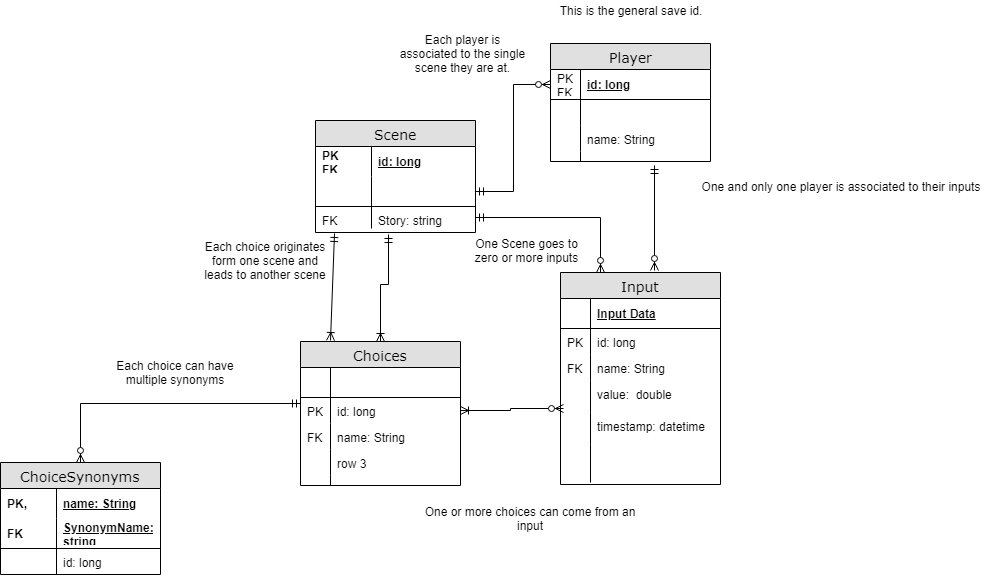
balexander16/PictureQuest keeps this draw.io diagram as docs/EntityModel.png. Above is the earlier version. Source tidied: cells renumbered, new cells last; positions are measured from the earlier drawing's top-left corner, leaving out a move shared by most shapes.
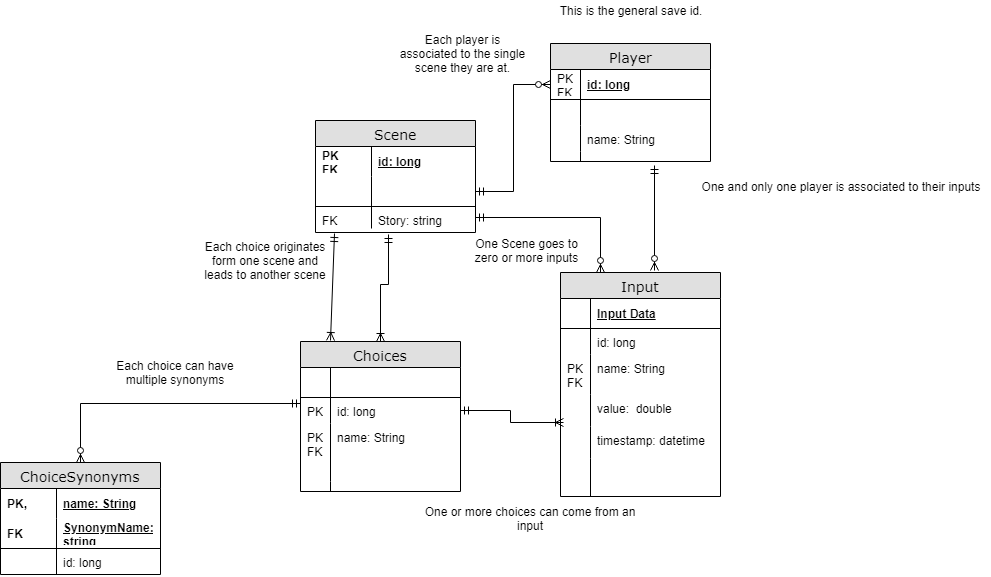
Above is the later version.

Diff of the diagram source:
```diff
@@ -51,7 +51,7 @@
       <mxGeometry width="30" height="10" as="geometry" />
     </mxCell>
     <mxCell id="18" value="Input" style="swimlane;html=1;fontStyle=0;horizontal=1;startSize=26;fillColor=#e0e0e0;swimlaneFillColor=#ffffff;align=center;rounded=0;shadow=0;comic=0;labelBackgroundColor=none;strokeColor=#000000;strokeWidth=1;fontFamily=Verdana;fontSize=14;fontColor=#000000;" parent="1" vertex="1">
-      <mxGeometry x="560" y="272" width="160" height="212" as="geometry" />
+      <mxGeometry x="560" y="272" width="160" height="224" as="geometry" />
     </mxCell>
     <mxCell id="19" value="Input Data" style="shape=partialRectangle;top=0;left=0;right=0;bottom=1;html=1;align=left;verticalAlign=middle;fillColor=none;spacingLeft=34;spacingRight=4;whiteSpace=wrap;overflow=hidden;fontStyle=5;" parent="18" vertex="1">
       <mxGeometry y="26" width="160" height="30" as="geometry" />
@@ -62,29 +62,29 @@
     <mxCell id="21" value="id: long" style="shape=partialRectangle;top=0;left=0;right=0;bottom=0;html=1;align=left;verticalAlign=top;fillColor=none;spacingLeft=34;spacingRight=4;whiteSpace=wrap;overflow=hidden;" parent="18" vertex="1">
       <mxGeometry y="56" width="160" height="26" as="geometry" />
     </mxCell>
-    <mxCell id="22" value="PK" style="shape=partialRectangle;top=0;left=0;bottom=0;html=1;fillColor=none;align=left;verticalAlign=top;spacingLeft=4;spacingRight=4;whiteSpace=wrap;overflow=hidden;" parent="21" vertex="1">
+    <mxCell id="22" style="shape=partialRectangle;top=0;left=0;bottom=0;html=1;fillColor=none;align=left;verticalAlign=top;spacingLeft=4;spacingRight=4;whiteSpace=wrap;overflow=hidden;" parent="21" vertex="1">
       <mxGeometry width="30" height="26" as="geometry" />
     </mxCell>
     <mxCell id="23" value="name: String" style="shape=partialRectangle;top=0;left=0;right=0;bottom=0;html=1;align=left;verticalAlign=top;fillColor=none;spacingLeft=34;spacingRight=4;whiteSpace=wrap;overflow=hidden;" parent="18" vertex="1">
-      <mxGeometry y="82" width="160" height="26" as="geometry" />
+      <mxGeometry y="82" width="160" height="40" as="geometry" />
     </mxCell>
-    <mxCell id="24" value="FK" style="shape=partialRectangle;top=0;left=0;bottom=0;html=1;fillColor=none;align=left;verticalAlign=top;spacingLeft=4;spacingRight=4;whiteSpace=wrap;overflow=hidden;" parent="23" vertex="1">
-      <mxGeometry width="30" height="26" as="geometry" />
+    <mxCell id="24" value="PK&lt;br&gt;FK&lt;br&gt;" style="shape=partialRectangle;top=0;left=0;bottom=0;html=1;fillColor=none;align=left;verticalAlign=top;spacingLeft=4;spacingRight=4;whiteSpace=wrap;overflow=hidden;" parent="23" vertex="1">
+      <mxGeometry width="30" height="40" as="geometry" />
     </mxCell>
     <mxCell id="25" value="value:&amp;nbsp; double" style="shape=partialRectangle;top=0;left=0;right=0;bottom=0;html=1;align=left;verticalAlign=top;fillColor=none;spacingLeft=34;spacingRight=4;whiteSpace=wrap;overflow=hidden;" parent="18" vertex="1">
-      <mxGeometry y="108" width="160" height="32" as="geometry" />
+      <mxGeometry y="122" width="160" height="32" as="geometry" />
     </mxCell>
     <mxCell id="26" style="shape=partialRectangle;top=0;left=0;bottom=0;html=1;fillColor=none;align=left;verticalAlign=top;spacingLeft=4;spacingRight=4;whiteSpace=wrap;overflow=hidden;" parent="25" vertex="1">
       <mxGeometry width="30" height="32" as="geometry" />
     </mxCell>
     <mxCell id="27" value="timestamp: datetime" style="shape=partialRectangle;top=0;left=0;right=0;bottom=0;html=1;align=left;verticalAlign=top;fillColor=none;spacingLeft=34;spacingRight=4;whiteSpace=wrap;overflow=hidden;points=[[0,0.5],[1,0.5]];portConstraint=eastwest;" parent="18" vertex="1">
-      <mxGeometry y="140" width="160" height="32" as="geometry" />
+      <mxGeometry y="154" width="160" height="32" as="geometry" />
     </mxCell>
     <mxCell id="28" style="shape=partialRectangle;top=0;left=0;bottom=0;html=1;fillColor=none;align=left;verticalAlign=top;spacingLeft=4;spacingRight=4;whiteSpace=wrap;overflow=hidden;" parent="27" vertex="1">
       <mxGeometry width="30" height="32" as="geometry" />
     </mxCell>
     <mxCell id="29" style="shape=partialRectangle;top=0;left=0;right=0;bottom=0;html=1;align=left;verticalAlign=top;fillColor=none;spacingLeft=34;spacingRight=4;whiteSpace=wrap;overflow=hidden;" parent="18" vertex="1">
-      <mxGeometry y="172" width="160" height="38" as="geometry" />
+      <mxGeometry y="186" width="160" height="38" as="geometry" />
     </mxCell>
     <mxCell id="30" style="shape=partialRectangle;top=0;left=0;bottom=0;html=1;fillColor=none;align=left;verticalAlign=top;spacingLeft=4;spacingRight=4;whiteSpace=wrap;overflow=hidden;" parent="29" vertex="1">
       <mxGeometry width="30" height="38" as="geometry" />
@@ -122,7 +122,7 @@
       </mxGeometry>
     </mxCell>
     <mxCell id="40" value="Choices" style="swimlane;html=1;fontStyle=0;horizontal=1;startSize=26;fillColor=#e0e0e0;swimlaneFillColor=#ffffff;align=center;rounded=0;shadow=0;comic=0;labelBackgroundColor=none;strokeColor=#000000;strokeWidth=1;fontFamily=Verdana;fontSize=14;fontColor=#000000;" parent="1" vertex="1">
-      <mxGeometry x="300" y="341" width="160" height="144" as="geometry" />
+      <mxGeometry x="300" y="341" width="160" height="150" as="geometry" />
     </mxCell>
     <mxCell id="41" style="shape=partialRectangle;top=0;left=0;right=0;bottom=1;html=1;align=left;verticalAlign=middle;fillColor=none;spacingLeft=34;spacingRight=4;whiteSpace=wrap;overflow=hidden;fontStyle=5;" parent="40" vertex="1">
       <mxGeometry y="26" width="160" height="30" as="geometry" />
@@ -137,19 +137,13 @@
       <mxGeometry width="30" height="26" as="geometry" />
     </mxCell>
     <mxCell id="45" value="name: String" style="shape=partialRectangle;top=0;left=0;right=0;bottom=0;html=1;align=left;verticalAlign=top;fillColor=none;spacingLeft=34;spacingRight=4;whiteSpace=wrap;overflow=hidden;" parent="40" vertex="1">
-      <mxGeometry y="82" width="160" height="26" as="geometry" />
+      <mxGeometry y="82" width="160" height="58" as="geometry" />
     </mxCell>
-    <mxCell id="46" value="FK" style="shape=partialRectangle;top=0;left=0;bottom=0;html=1;fillColor=none;align=left;verticalAlign=top;spacingLeft=4;spacingRight=4;whiteSpace=wrap;overflow=hidden;" parent="45" vertex="1">
-      <mxGeometry width="30" height="26" as="geometry" />
+    <mxCell id="46" value="PK&lt;br&gt;FK&lt;br&gt;" style="shape=partialRectangle;top=0;left=0;bottom=0;html=1;fillColor=none;align=left;verticalAlign=top;spacingLeft=4;spacingRight=4;whiteSpace=wrap;overflow=hidden;" parent="45" vertex="1">
+      <mxGeometry width="30" height="58" as="geometry" />
     </mxCell>
-    <mxCell id="47" value="row 3" style="shape=partialRectangle;top=0;left=0;right=0;bottom=0;html=1;align=left;verticalAlign=top;fillColor=none;spacingLeft=34;spacingRight=4;whiteSpace=wrap;overflow=hidden;" parent="40" vertex="1">
-      <mxGeometry y="108" width="160" height="26" as="geometry" />
-    </mxCell>
-    <mxCell id="48" style="shape=partialRectangle;top=0;left=0;bottom=0;html=1;fillColor=none;align=left;verticalAlign=top;spacingLeft=4;spacingRight=4;whiteSpace=wrap;overflow=hidden;" parent="47" vertex="1">
-      <mxGeometry width="30" height="26" as="geometry" />
-    </mxCell>
     <mxCell id="49" style="shape=partialRectangle;top=0;left=0;right=0;bottom=0;html=1;align=left;verticalAlign=top;fillColor=none;spacingLeft=34;spacingRight=4;whiteSpace=wrap;overflow=hidden;" parent="40" vertex="1">
-      <mxGeometry y="134" width="160" height="10" as="geometry" />
+      <mxGeometry y="140" width="160" height="10" as="geometry" />
     </mxCell>
     <mxCell id="50" style="shape=partialRectangle;top=0;left=0;bottom=0;html=1;fillColor=none;align=left;verticalAlign=top;spacingLeft=4;spacingRight=4;whiteSpace=wrap;overflow=hidden;" parent="49" vertex="1">
       <mxGeometry width="30" height="10" as="geometry" />
@@ -157,7 +151,7 @@
     <mxCell id="51" value="This is the general save id." style="text;html=1;strokeColor=none;fillColor=none;align=center;verticalAlign=middle;whiteSpace=wrap;rounded=0;" parent="1" vertex="1">
       <mxGeometry x="550" width="160" height="20" as="geometry" />
     </mxCell>
-    <mxCell id="52" style="edgeStyle=orthogonalEdgeStyle;rounded=0;jettySize=auto;html=1;exitX=1;exitY=0.5;exitDx=0;exitDy=0;entryX=0.016;entryY=-0.125;entryDx=0;entryDy=0;entryPerimeter=0;startArrow=ERoneToMany;startFill=0;endArrow=ERzeroToMany;endFill=1;" parent="1" edge="1" source="43" target="27">
+    <mxCell id="52" style="edgeStyle=orthogonalEdgeStyle;rounded=0;jettySize=auto;html=1;exitX=1;exitY=0.5;exitDx=0;exitDy=0;entryX=0.016;entryY=-0.125;entryDx=0;entryDy=0;entryPerimeter=0;startArrow=ERmandOne;startFill=0;endArrow=ERoneToMany;endFill=0;" parent="1" edge="1" source="43" target="27">
       <mxGeometry relative="1" as="geometry" />
     </mxCell>
     <mxCell id="53" style="edgeStyle=orthogonalEdgeStyle;rounded=0;jettySize=auto;html=1;exitX=1;exitY=0.5;exitDx=0;exitDy=0;entryX=0;entryY=0.5;entryDx=0;entryDy=0;startArrow=ERmandOne;startFill=0;endArrow=ERzeroToMany;endFill=1;" parent="1" edge="1" source="5" target="10">
```
